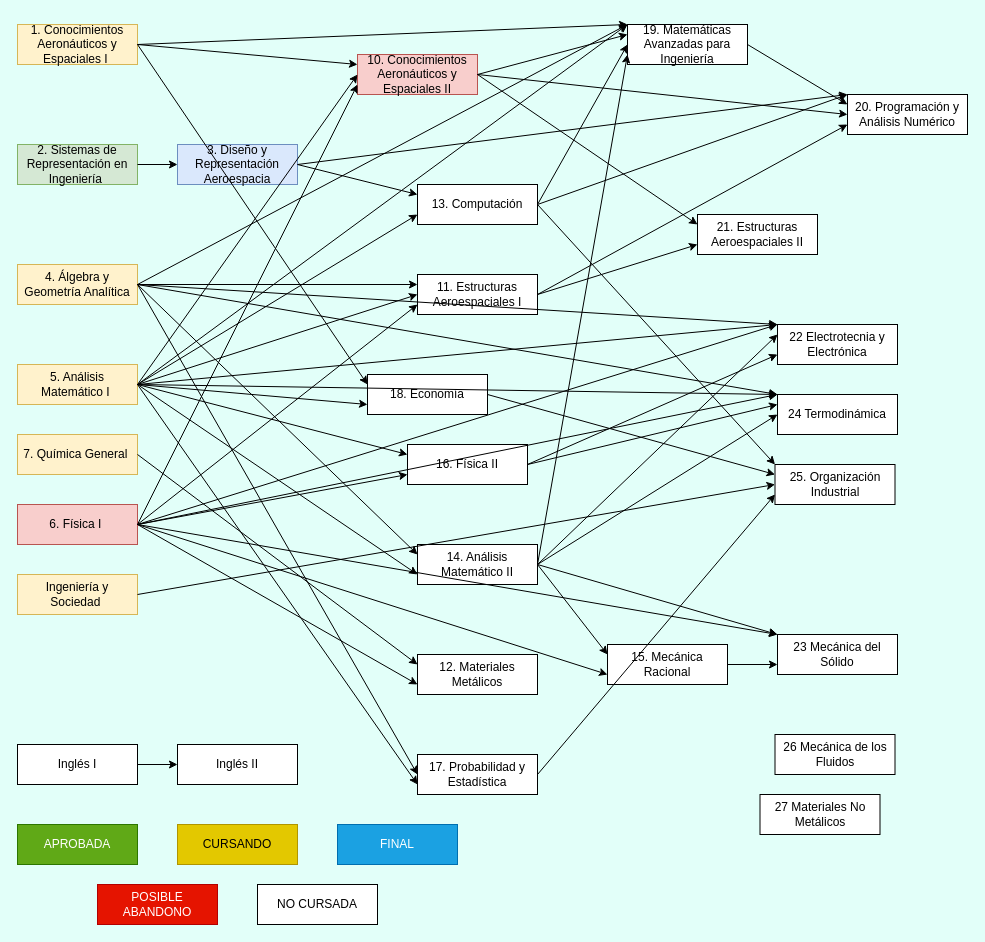
Before: Untitled Diagram.drawio in Estebanp2005/correlativasAeroUTN, a draw.io diagram. Source tidied: cells renumbered, new cells numbered last; positions are measured from the earlier drawing's top-left corner, leaving out a move shared by most shapes. Both pictures are drawn from the tidied source at 100%, with x=0, y=0 at pixel (17, 24).
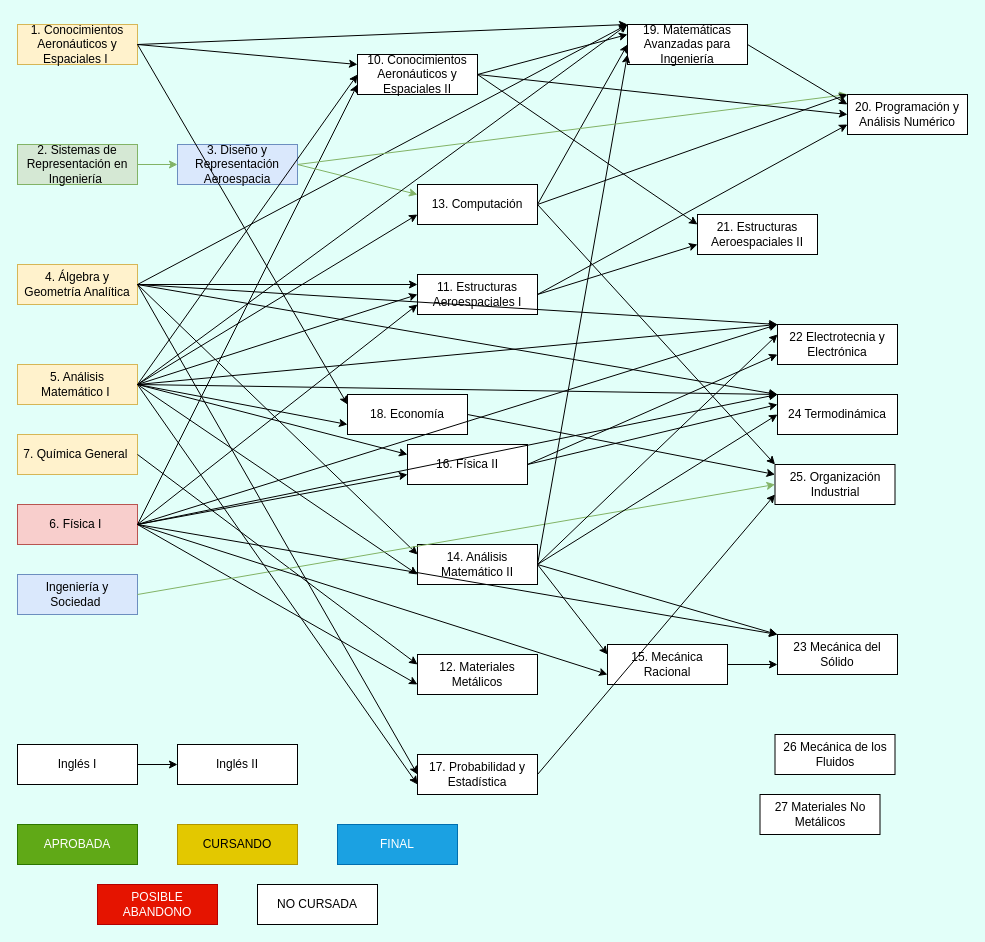
Above is the later version.

Unchanged cells that the change refers to:
```xml
<mxCell id="3" value="2. Sistemas de Representación en&lt;br&gt;Ingeniería&amp;nbsp;" style="rounded=0;whiteSpace=wrap;html=1;fillColor=#d5e8d4;strokeColor=#82b366;" parent="1" vertex="1">
  <mxGeometry y="120" width="120" height="40" as="geometry" />
</mxCell>
<mxCell id="4" value="3. Diseño y Representación Aeroespacia" style="rounded=0;whiteSpace=wrap;html=1;fillColor=#dae8fc;strokeColor=#6c8ebf;" parent="1" vertex="1">
  <mxGeometry x="160" y="120" width="120" height="40" as="geometry" />
</mxCell>
<mxCell id="19" value="25. Organización Industrial" style="rounded=0;whiteSpace=wrap;html=1;" parent="1" vertex="1">
  <mxGeometry x="757.5" y="440" width="120" height="40" as="geometry" />
</mxCell>
<mxCell id="21" value="13. Computación" style="rounded=0;whiteSpace=wrap;html=1;" parent="1" vertex="1">
  <mxGeometry x="400" y="160" width="120" height="40" as="geometry" />
</mxCell>
<mxCell id="48" value="20. Programación y Análisis Numérico" style="rounded=0;whiteSpace=wrap;html=1;" parent="1" vertex="1">
  <mxGeometry x="830" y="70" width="120" height="40" as="geometry" />
</mxCell>
```

What changed in the source:
```diff
@@
-    <mxCell id="9" value="Ingeniería y Sociedad&amp;nbsp;" style="rounded=0;whiteSpace=wrap;html=1;fillColor=#fff2cc;strokeColor=#d6b656;" parent="1" vertex="1">
+    <mxCell id="9" value="Ingeniería y Sociedad&amp;nbsp;" style="rounded=0;whiteSpace=wrap;html=1;fillColor=#dae8fc;strokeColor=#6c8ebf;" parent="1" vertex="1">
       <mxGeometry y="550" width="120" height="40" as="geometry" />
     </mxCell>
@@
-    <mxCell id="13" value="10. Conocimientos Aeronáuticos y&lt;br&gt;Espaciales II" style="rounded=0;whiteSpace=wrap;html=1;fillColor=#f8cecc;strokeColor=#b85450;" parent="1" vertex="1">
+    <mxCell id="13" value="10. Conocimientos Aeronáuticos y&lt;br&gt;Espaciales II" style="rounded=0;whiteSpace=wrap;html=1;" parent="1" vertex="1">
       <mxGeometry x="340" y="30" width="120" height="40" as="geometry" />
     </mxCell>
@@
     <mxCell id="24" value="18. Economía" style="rounded=0;whiteSpace=wrap;html=1;" parent="1" vertex="1">
-      <mxGeometry x="350" y="350" width="120" height="40" as="geometry" />
+      <mxGeometry x="330" y="370" width="120" height="40" as="geometry" />
     </mxCell>
@@
-    <mxCell id="29" style="endArrow=classic;html=1;rounded=0;exitX=1;exitY=0.5;exitDx=0;exitDy=0;entryX=0;entryY=0.25;entryDx=0;entryDy=0;" parent="1" edge="1" source="4" target="21">
+    <mxCell id="29" style="endArrow=classic;html=1;rounded=0;exitX=1;exitY=0.5;exitDx=0;exitDy=0;entryX=0;entryY=0.25;entryDx=0;entryDy=0;fillColor=#d5e8d4;strokeColor=#82b366;" parent="1" edge="1" source="4" target="21">
       <mxGeometry relative="1" as="geometry" />
     </mxCell>
@@
-    <mxCell id="36" style="endArrow=classic;html=1;rounded=0;exitX=1;exitY=0.5;exitDx=0;exitDy=0;entryX=0;entryY=0.5;entryDx=0;entryDy=0;" parent="1" edge="1" source="9" target="19">
+    <mxCell id="36" style="endArrow=classic;html=1;rounded=0;exitX=1;exitY=0.5;exitDx=0;exitDy=0;entryX=0;entryY=0.5;entryDx=0;entryDy=0;fillColor=#d5e8d4;strokeColor=#82b366;" parent="1" edge="1" source="9" target="19">
       <mxGeometry relative="1" as="geometry" />
     </mxCell>
@@
-    <mxCell id="41" style="endArrow=classic;html=1;rounded=0;exitX=1;exitY=0.5;exitDx=0;exitDy=0;entryX=0;entryY=0.5;entryDx=0;entryDy=0;" parent="1" edge="1" source="3" target="4">
+    <mxCell id="41" style="endArrow=classic;html=1;rounded=0;exitX=1;exitY=0.5;exitDx=0;exitDy=0;entryX=0;entryY=0.5;entryDx=0;entryDy=0;fillColor=#d5e8d4;strokeColor=#82b366;" parent="1" edge="1" source="3" target="4">
       <mxGeometry relative="1" as="geometry" />
     </mxCell>
@@
-    <mxCell id="65" style="endArrow=classic;html=1;rounded=0;exitX=1;exitY=0.5;exitDx=0;exitDy=0;entryX=0;entryY=0;entryDx=0;entryDy=0;" parent="1" edge="1" source="4" target="48">
+    <mxCell id="65" style="endArrow=classic;html=1;rounded=0;exitX=1;exitY=0.5;exitDx=0;exitDy=0;entryX=0;entryY=0;entryDx=0;entryDy=0;fillColor=#d5e8d4;strokeColor=#82b366;" parent="1" edge="1" source="4" target="48">
       <mxGeometry relative="1" as="geometry" />
     </mxCell>
```
